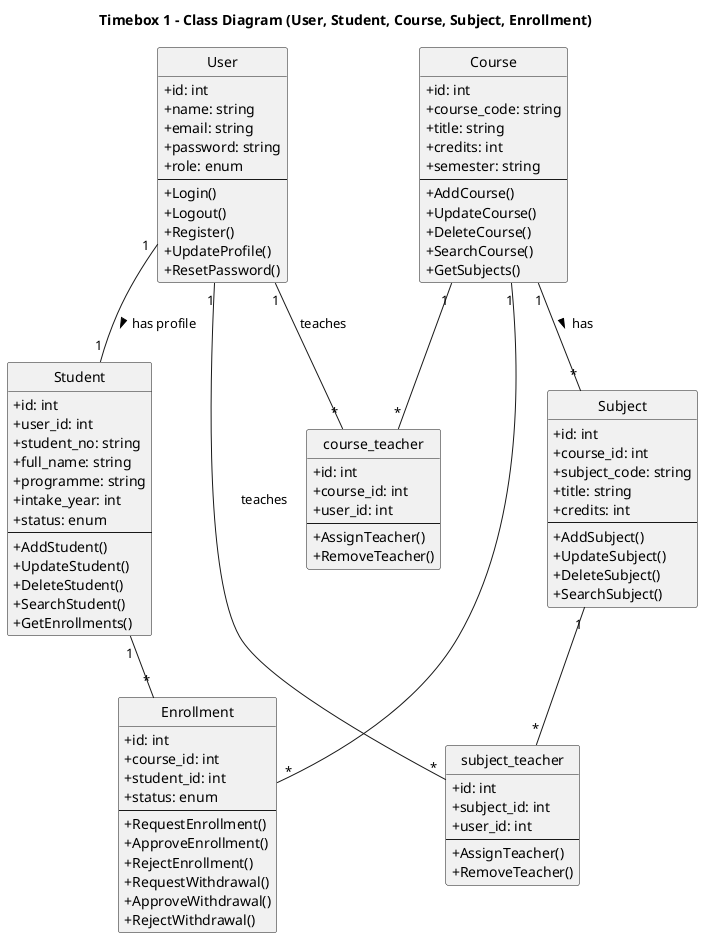
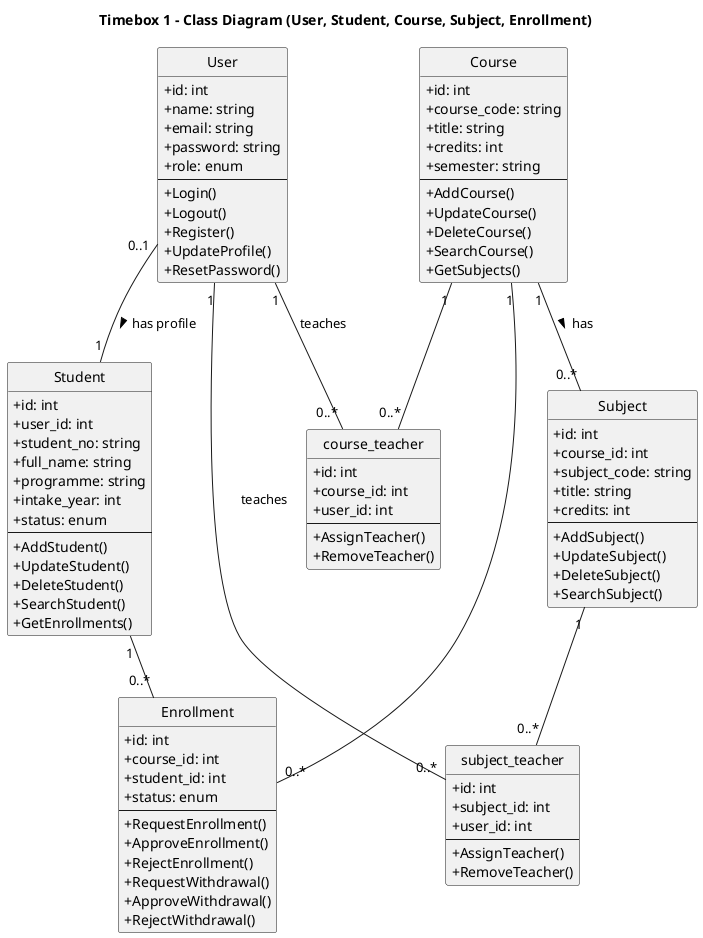
@startuml
hide circle
skinparam classAttributeIconSize 0
title Timebox 1 - Class Diagram (User, Student, Course, Subject, Enrollment)

class User {
  +id: int
  +name: string
  +email: string
  +password: string
  +role: enum
  --
  +Login()
  +Logout()
  +Register()
  +UpdateProfile()
  +ResetPassword()
}

class Student {
  +id: int
  +user_id: int
  +student_no: string
  +full_name: string
  +programme: string
  +intake_year: int
  +status: enum
  --
  +AddStudent()
  +UpdateStudent()
  +DeleteStudent()
  +SearchStudent()
  +GetEnrollments()
}

class Course {
  +id: int
  +course_code: string
  +title: string
  +credits: int
  +semester: string
  --
  +AddCourse()
  +UpdateCourse()
  +DeleteCourse()
  +SearchCourse()
  +GetSubjects()
}

class Subject {
  +id: int
  +course_id: int
  +subject_code: string
  +title: string
  +credits: int
  --
  +AddSubject()
  +UpdateSubject()
  +DeleteSubject()
  +SearchSubject()
}

class Enrollment {
  +id: int
  +course_id: int
  +student_id: int
  +status: enum
  --
  +RequestEnrollment()
  +ApproveEnrollment()
  +RejectEnrollment()
  +RequestWithdrawal()
  +ApproveWithdrawal()
  +RejectWithdrawal()
}

class course_teacher {
  +id: int
  +course_id: int
  +user_id: int
  --
  +AssignTeacher()
  +RemoveTeacher()
}

class subject_teacher {
  +id: int
  +subject_id: int
  +user_id: int
  --
  +AssignTeacher()
  +RemoveTeacher()
}

- User "1" -- "1" Student : has profile >
- Course "1" -- "*" Subject : has >
- Course "1" -- "*" Enrollment
- Student "1" -- "*" Enrollment
- Course "1" -- "*" course_teacher
- User "1" -- "*" course_teacher : teaches
- Subject "1" -- "*" subject_teacher
- User "1" -- "*" subject_teacher : teaches
+ ' Relationships
+ 
+ ' One User may or may not be a Student (0 or 1),
+ ' but each Student must have exactly one User.
+ User "0..1" -- "1" Student : has profile >
+ 
+ ' One Course has many Subjects, each Subject belongs to one Course.
+ Course "1" -- "0..*" Subject : has >
+ 
+ ' One Course has many Enrollments, each Enrollment belongs to one Course.
+ Course "1" -- "0..*" Enrollment
+ 
+ ' One Student has many Enrollments, each Enrollment belongs to one Student.
+ Student "1" -- "0..*" Enrollment
+ 
+ ' Many-to-many Course–Teacher via course_teacher pivot.
+ Course "1" -- "0..*" course_teacher
+ User  "1"  -- "0..*" course_teacher : teaches
+ 
+ ' Many-to-many Subject–Teacher via subject_teacher pivot.
+ Subject "1" -- "0..*" subject_teacher
+ User    "1" -- "0..*" subject_teacher : teaches

@enduml